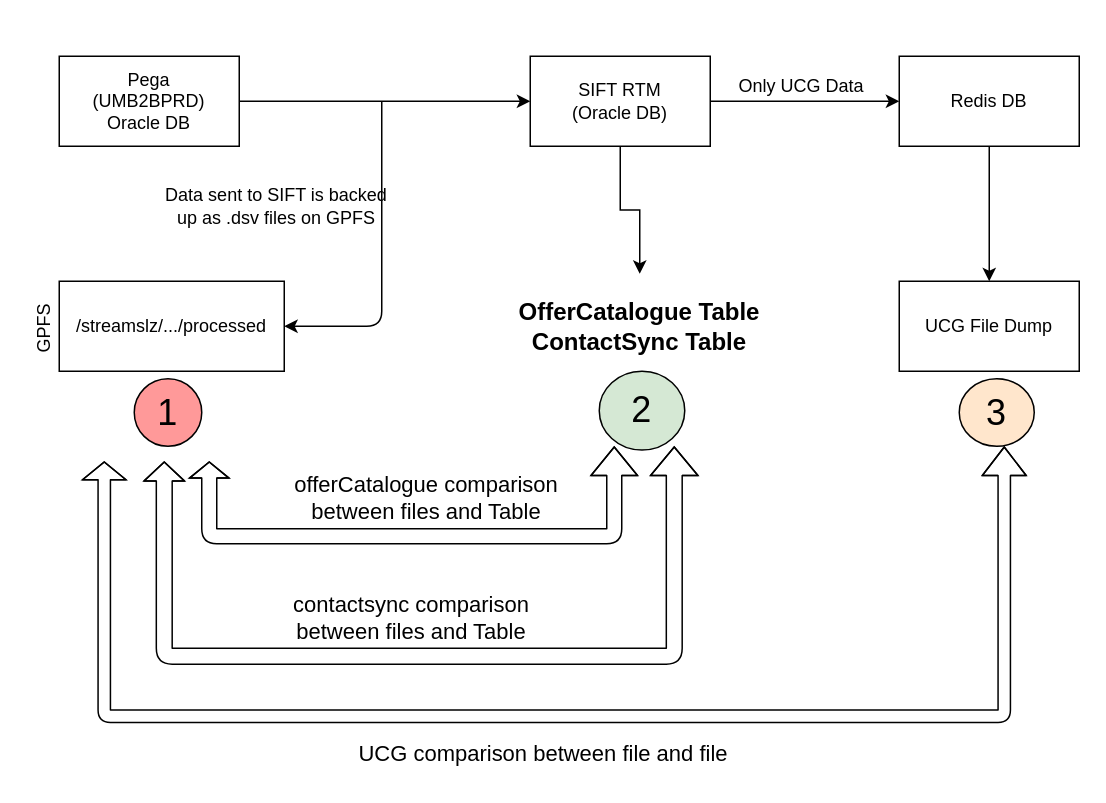
The draw.io diagram Untitled Diagram.drawio in bilalmaxood/rep1, before the edit. Source tidied: cells renumbered, new cells numbered last; positions are measured from the earlier drawing's top-left corner, leaving out a move shared by most shapes. Both pictures are drawn from the tidied source at 150%, with x=0, y=0 at pixel (14, 56).
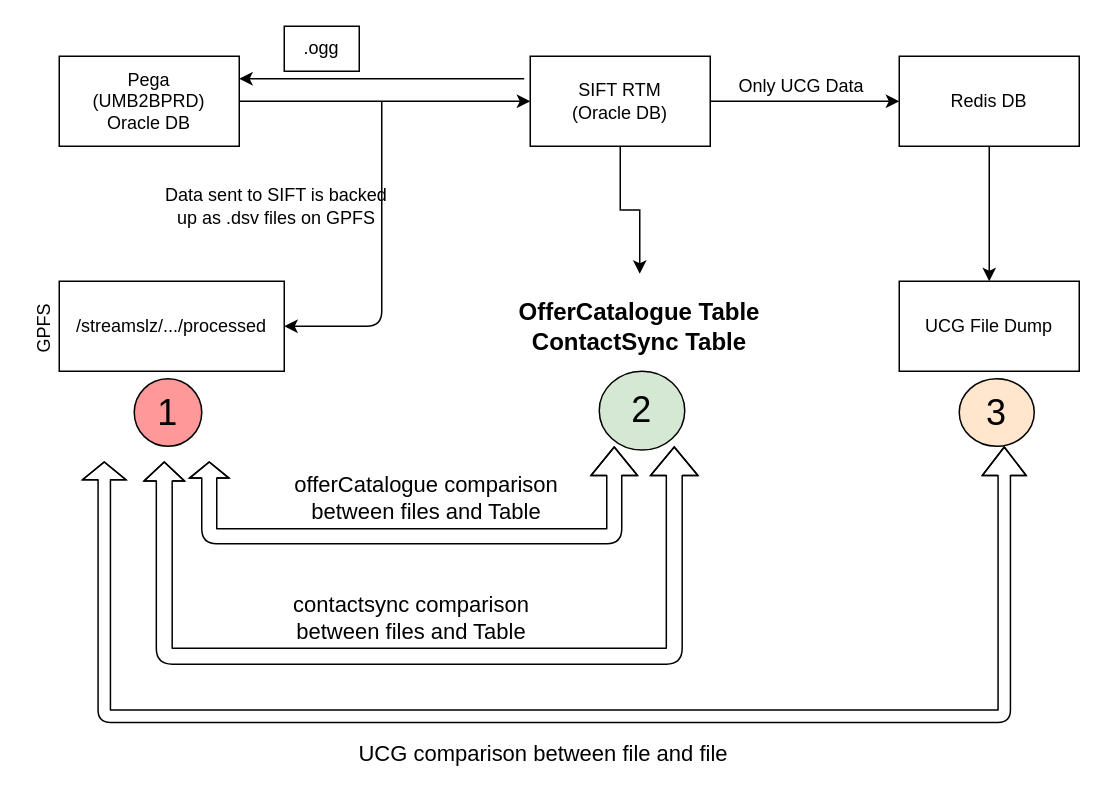
The same page after the edit.

The change refers to these unchanged cells:
```xml
<mxCell id="3" value="Pega&lt;br&gt;(UMB2BPRD)&lt;br&gt;Oracle DB" style="rounded=0;whiteSpace=wrap;html=1;" parent="1" vertex="1">
  <mxGeometry x="30" width="120" height="60" as="geometry" />
</mxCell>
```

The edit, as a diff of the source:
```diff
@@
+    <mxCell id="25" style="endArrow=classic;html=1;entryX=1;entryY=0.25;entryDx=0;entryDy=0;" parent="1" edge="1" target="3">
+      <mxGeometry relative="1" as="geometry">
+        <mxPoint x="340" y="15" as="sourcePoint" />
+      </mxGeometry>
+    </mxCell>
+    <mxCell id="26" value=".ogg" style="rounded=0;whiteSpace=wrap;html=1;" parent="1" vertex="1">
+      <mxGeometry x="180" y="-20" width="50" height="30" as="geometry" />
+    </mxCell>
```
